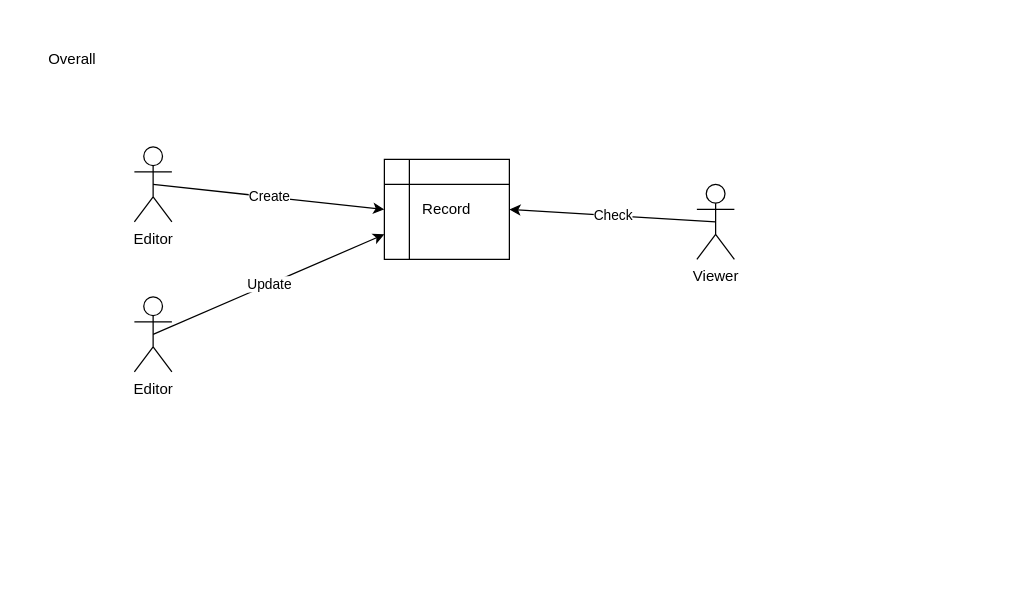
Before: cashtool/cash-businessflow.drawio in kayaru28/drawio, a draw.io diagram. Source tidied: cells renumbered, new cells numbered last; positions are measured from the earlier drawing's top-left corner, leaving out a move shared by most shapes. Both pictures are drawn from the tidied source at 125%, with x=0, y=0 at pixel (40, 46).
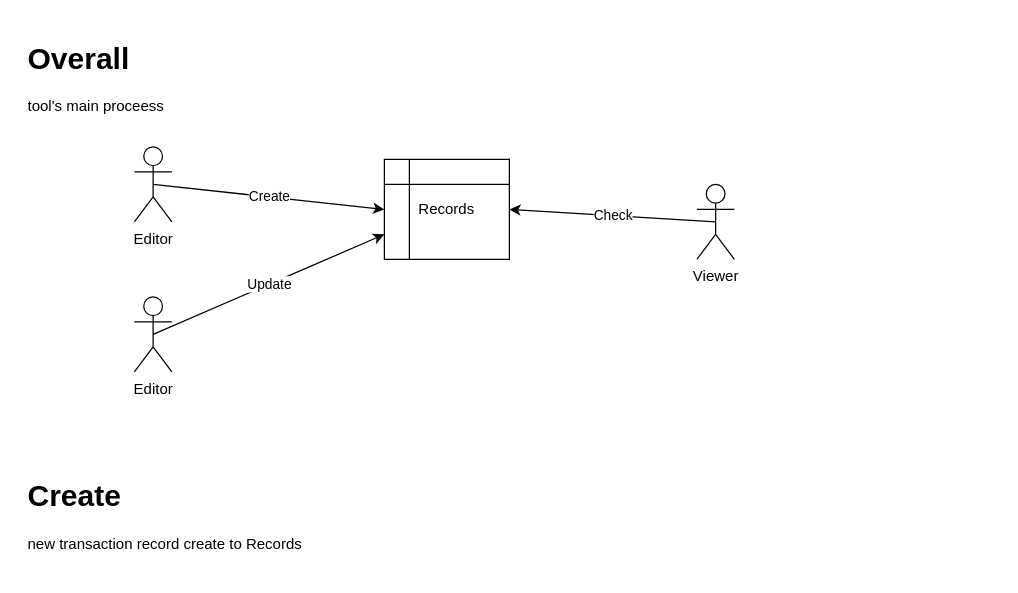
After the change.

Commit message (it also covers changes not shown here):
cash-businessflow.drawio を更新します

What changed in the source:
```diff
@@
 <mxGraphModel background="#ffffff">
   <root>
     <mxCell id="0" />
     <mxCell id="1" parent="0" />
     <mxCell id="2" value="Editor" style="shape=umlActor;verticalLabelPosition=bottom;verticalAlign=top;html=1;outlineConnect=0;align=center;" parent="1" vertex="1">
       <mxGeometry x="75" y="80" width="30" height="60" as="geometry" />
     </mxCell>
     <mxCell id="3" style="endArrow=classic;html=1;entryX=0;entryY=0.5;entryDx=0;entryDy=0;exitX=0.5;exitY=0.5;exitDx=0;exitDy=0;exitPerimeter=0;" parent="1" edge="1" source="2" target="5">
       <mxGeometry relative="1" as="geometry" />
     </mxCell>
     <mxCell id="4" value="Create" style="edgeLabel;html=1;align=center;verticalAlign=middle;" parent="3" vertex="1">
       <mxGeometry relative="1" as="geometry" />
     </mxCell>
-    <mxCell id="5" value="Record" style="shape=internalStorage;whiteSpace=wrap;html=1;backgroundOutline=1;align=center;" parent="1" vertex="1">
+    <mxCell id="5" value="Records" style="shape=internalStorage;whiteSpace=wrap;html=1;backgroundOutline=1;align=center;" parent="1" vertex="1">
       <mxGeometry x="275" y="90" width="100" height="80" as="geometry" />
     </mxCell>
     <mxCell id="6" value="Editor" style="shape=umlActor;verticalLabelPosition=bottom;verticalAlign=top;html=1;outlineConnect=0;align=center;" parent="1" vertex="1">
       <mxGeometry x="75" y="200" width="30" height="60" as="geometry" />
     </mxCell>
     <mxCell id="7" style="endArrow=classic;html=1;entryX=0;entryY=0.75;entryDx=0;entryDy=0;exitX=0.5;exitY=0.5;exitDx=0;exitDy=0;exitPerimeter=0;" parent="1" edge="1" source="6" target="5">
       <mxGeometry relative="1" as="geometry" />
     </mxCell>
     <mxCell id="8" value="Update" style="edgeLabel;html=1;align=center;verticalAlign=middle;" parent="7" vertex="1">
       <mxGeometry relative="1" as="geometry" />
     </mxCell>
     <mxCell id="9" value="Viewer" style="shape=umlActor;verticalLabelPosition=bottom;verticalAlign=top;html=1;outlineConnect=0;align=center;" parent="1" vertex="1">
       <mxGeometry x="525" y="110" width="30" height="60" as="geometry" />
     </mxCell>
     <mxCell id="10" style="endArrow=classic;html=1;entryX=1;entryY=0.5;entryDx=0;entryDy=0;exitX=0.5;exitY=0.5;exitDx=0;exitDy=0;exitPerimeter=0;" parent="1" edge="1" source="9" target="5">
       <mxGeometry relative="1" as="geometry" />
     </mxCell>
     <mxCell id="11" value="Check" style="edgeLabel;html=1;align=center;verticalAlign=middle;" parent="10" vertex="1">
       <mxGeometry relative="1" as="geometry" />
     </mxCell>
-    <mxCell id="12" value="Overall" style="text;html=1;align=center;verticalAlign=middle;" parent="1" vertex="1">
-      <mxGeometry width="50" height="20" as="geometry" />
-    </mxCell>
+    <mxCell id="13" value="&lt;h1&gt;Overall&lt;/h1&gt;&lt;p&gt;tool's main proceess&lt;br&gt;&lt;/p&gt;" style="text;html=1;strokeColor=none;fillColor=none;spacing=5;spacingTop=-20;whiteSpace=wrap;overflow=hidden;rounded=0;align=left;" parent="1" vertex="1">
+      <mxGeometry x="-15" y="-10" width="780" height="80" as="geometry" />
+    </mxCell>
+    <mxCell id="14" value="&lt;h1&gt;Create&lt;/h1&gt;&lt;p&gt;new transaction record create to Records&lt;br&gt;&lt;/p&gt;" style="text;html=1;strokeColor=none;fillColor=none;spacing=5;spacingTop=-20;whiteSpace=wrap;overflow=hidden;rounded=0;align=left;" parent="1" vertex="1">
+      <mxGeometry x="-15" y="340" width="780" height="80" as="geometry" />
+    </mxCell>
   </root>
 </mxGraphModel>
```
